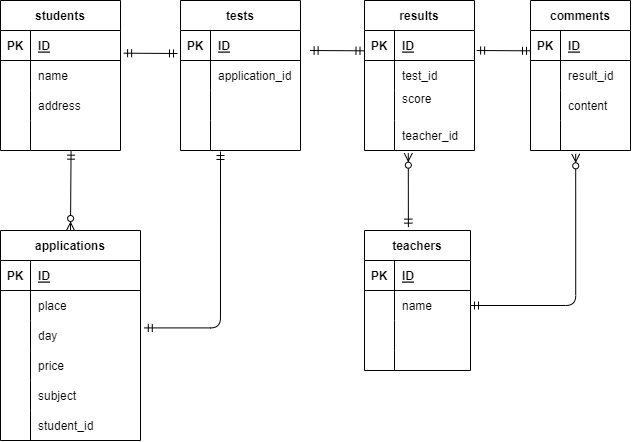
This is 20220530tomita/ensyuu.drawio.png from tomita-dotcom/database, a draw.io export, as it was before one commit. Source tidied: cells renumbered, new cells last; positions are measured from the earlier drawing's top-left corner, leaving out a move shared by most shapes.
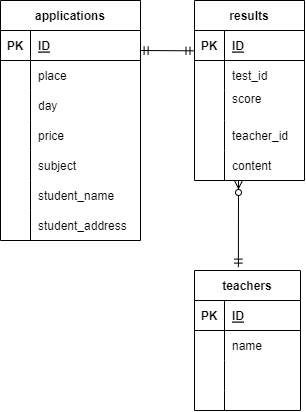
Above is the later version.

Change to the diagram source:
```diff
@@ -2,86 +2,8 @@
   <root>
     <mxCell id="0" />
     <mxCell id="1" parent="0" />
-    <mxCell id="2" value="students" style="shape=table;startSize=30;rowLines=0;fontStyle=1;align=center;" parent="1" vertex="1">
-      <mxGeometry width="120" height="150" as="geometry" />
-    </mxCell>
-    <mxCell id="3" style="shape=partialRectangle;fillColor=none;top=0;left=0;bottom=1;right=0;points=[[0,0.5],[1,0.5]];portConstraint=eastwest;" parent="2" vertex="1">
-      <mxGeometry y="30" width="120" height="30" as="geometry" />
-    </mxCell>
-    <mxCell id="4" value="PK" style="shape=partialRectangle;fillColor=none;top=0;left=0;bottom=0;right=0;fontStyle=1;overflow=hidden;" parent="3" vertex="1">
-      <mxGeometry width="30" height="30" as="geometry" />
-    </mxCell>
-    <mxCell id="5" value="ID" style="shape=partialRectangle;fillColor=none;top=0;left=0;bottom=0;right=0;align=left;spacingLeft=6;fontStyle=5;overflow=hidden;" parent="3" vertex="1">
-      <mxGeometry x="30" width="90" height="30" as="geometry" />
-    </mxCell>
-    <mxCell id="6" style="shape=partialRectangle;fillColor=none;top=0;left=0;bottom=0;right=0;" parent="2" vertex="1">
-      <mxGeometry y="60" width="120" height="30" as="geometry" />
-    </mxCell>
-    <mxCell id="7" style="shape=partialRectangle;fillColor=none;top=0;left=0;bottom=0;right=0;overflow=hidden;" parent="6" vertex="1">
-      <mxGeometry width="30" height="30" as="geometry" />
-    </mxCell>
-    <mxCell id="8" value="name" style="shape=partialRectangle;fillColor=none;top=0;left=0;bottom=0;right=0;align=left;spacingLeft=6;overflow=hidden;" parent="6" vertex="1">
-      <mxGeometry x="30" width="90" height="30" as="geometry" />
-    </mxCell>
-    <mxCell id="9" style="shape=partialRectangle;fillColor=none;top=0;left=0;bottom=0;right=0;" parent="2" vertex="1">
-      <mxGeometry y="90" width="120" height="30" as="geometry" />
-    </mxCell>
-    <mxCell id="10" style="shape=partialRectangle;fillColor=none;top=0;left=0;bottom=0;right=0;overflow=hidden;" parent="9" vertex="1">
-      <mxGeometry width="30" height="30" as="geometry" />
-    </mxCell>
-    <mxCell id="11" value="address" style="shape=partialRectangle;fillColor=none;top=0;left=0;bottom=0;right=0;align=left;spacingLeft=6;overflow=hidden;" parent="9" vertex="1">
-      <mxGeometry x="30" width="90" height="30" as="geometry" />
-    </mxCell>
-    <mxCell id="12" style="shape=partialRectangle;fillColor=none;top=0;left=0;bottom=0;right=0;points=[[0,0.5],[1,0.5]];portConstraint=eastwest;" parent="2" vertex="1">
-      <mxGeometry y="120" width="120" height="30" as="geometry" />
-    </mxCell>
-    <mxCell id="13" style="shape=partialRectangle;fillColor=none;top=0;left=0;bottom=0;right=0;overflow=hidden;" parent="12" vertex="1">
-      <mxGeometry width="30" height="30" as="geometry" />
-    </mxCell>
-    <mxCell id="14" style="shape=partialRectangle;fillColor=none;top=0;left=0;bottom=0;right=0;align=left;spacingLeft=6;overflow=hidden;" parent="12" vertex="1">
-      <mxGeometry x="30" width="90" height="30" as="geometry" />
-    </mxCell>
-    <mxCell id="15" value="tests" style="shape=table;startSize=30;rowLines=0;fontStyle=1;align=center;" parent="1" vertex="1">
-      <mxGeometry x="180" width="120" height="150" as="geometry" />
-    </mxCell>
-    <mxCell id="16" style="shape=partialRectangle;fillColor=none;top=0;left=0;bottom=1;right=0;" parent="15" vertex="1">
-      <mxGeometry y="30" width="120" height="30" as="geometry" />
-    </mxCell>
-    <mxCell id="17" value="PK" style="shape=partialRectangle;fillColor=none;top=0;left=0;bottom=0;right=0;fontStyle=1;overflow=hidden;" parent="16" vertex="1">
-      <mxGeometry width="30" height="30" as="geometry" />
-    </mxCell>
-    <mxCell id="18" value="ID" style="shape=partialRectangle;fillColor=none;top=0;left=0;bottom=0;right=0;align=left;spacingLeft=6;fontStyle=5;overflow=hidden;" parent="16" vertex="1">
-      <mxGeometry x="30" width="90" height="30" as="geometry" />
-    </mxCell>
-    <mxCell id="19" style="shape=partialRectangle;fillColor=none;top=0;left=0;bottom=0;right=0;" parent="15" vertex="1">
-      <mxGeometry y="60" width="120" height="30" as="geometry" />
-    </mxCell>
-    <mxCell id="20" style="shape=partialRectangle;fillColor=none;top=0;left=0;bottom=0;right=0;overflow=hidden;" parent="19" vertex="1">
-      <mxGeometry width="30" height="30" as="geometry" />
-    </mxCell>
-    <mxCell id="21" value="application_id" style="shape=partialRectangle;fillColor=none;top=0;left=0;bottom=0;right=0;align=left;spacingLeft=6;overflow=hidden;" parent="19" vertex="1">
-      <mxGeometry x="30" width="90" height="30" as="geometry" />
-    </mxCell>
-    <mxCell id="22" style="shape=partialRectangle;fillColor=none;top=0;left=0;bottom=0;right=0;" parent="15" vertex="1">
-      <mxGeometry y="90" width="120" height="30" as="geometry" />
-    </mxCell>
-    <mxCell id="23" style="shape=partialRectangle;fillColor=none;top=0;left=0;bottom=0;right=0;overflow=hidden;" parent="22" vertex="1">
-      <mxGeometry width="30" height="30" as="geometry" />
-    </mxCell>
-    <mxCell id="24" style="shape=partialRectangle;fillColor=none;top=0;left=0;bottom=0;right=0;align=left;spacingLeft=6;overflow=hidden;" parent="22" vertex="1">
-      <mxGeometry x="30" width="90" height="30" as="geometry" />
-    </mxCell>
-    <mxCell id="25" style="shape=partialRectangle;fillColor=none;top=0;left=0;bottom=0;right=0;" parent="15" vertex="1">
-      <mxGeometry y="120" width="120" height="30" as="geometry" />
-    </mxCell>
-    <mxCell id="26" style="shape=partialRectangle;fillColor=none;top=0;left=0;bottom=0;right=0;overflow=hidden;" parent="25" vertex="1">
-      <mxGeometry width="30" height="30" as="geometry" />
-    </mxCell>
-    <mxCell id="27" style="shape=partialRectangle;fillColor=none;top=0;left=0;bottom=0;right=0;align=left;spacingLeft=6;overflow=hidden;" parent="25" vertex="1">
-      <mxGeometry x="30" width="90" height="30" as="geometry" />
-    </mxCell>
     <mxCell id="28" value="results" style="shape=table;startSize=30;rowLines=0;fontStyle=1;align=center;" parent="1" vertex="1">
-      <mxGeometry x="364" width="110" height="150" as="geometry" />
+      <mxGeometry x="364" width="110" height="180" as="geometry" />
     </mxCell>
     <mxCell id="29" style="shape=partialRectangle;fillColor=none;top=0;left=0;bottom=1;right=0;" parent="28" vertex="1">
       <mxGeometry y="30" width="110" height="30" as="geometry" />
@@ -119,8 +41,17 @@
     <mxCell id="40" value="teacher_id" style="shape=partialRectangle;fillColor=none;top=0;left=0;bottom=0;right=0;align=left;spacingLeft=6;overflow=hidden;" parent="38" vertex="1">
       <mxGeometry x="30" width="80" height="30" as="geometry" />
     </mxCell>
+    <mxCell id="93" style="shape=partialRectangle;fillColor=none;top=0;left=0;bottom=0;right=0;" parent="28" vertex="1">
+      <mxGeometry y="150" width="110" height="30" as="geometry" />
+    </mxCell>
+    <mxCell id="94" style="shape=partialRectangle;fillColor=none;top=0;left=0;bottom=0;right=0;overflow=hidden;" parent="93" vertex="1">
+      <mxGeometry width="30" height="30" as="geometry" />
+    </mxCell>
+    <mxCell id="69" value="content" style="shape=partialRectangle;fillColor=none;top=0;left=0;bottom=0;right=0;align=left;spacingLeft=6;overflow=hidden;" parent="93" vertex="1">
+      <mxGeometry x="30" width="80" height="30" as="geometry" />
+    </mxCell>
     <mxCell id="41" value="applications" style="shape=table;startSize=30;rowLines=0;fontStyle=1;align=center;" parent="1" vertex="1">
-      <mxGeometry y="230" width="140" height="210" as="geometry" />
+      <mxGeometry x="170" width="140" height="240" as="geometry" />
     </mxCell>
     <mxCell id="42" style="shape=partialRectangle;fillColor=none;top=0;left=0;bottom=1;right=0;" parent="41" vertex="1">
       <mxGeometry y="30" width="140" height="30" as="geometry" />
@@ -173,50 +104,20 @@
     <mxCell id="58" style="shape=partialRectangle;fillColor=none;top=0;left=0;bottom=0;right=0;overflow=hidden;" parent="57" vertex="1">
       <mxGeometry width="30" height="30" as="geometry" />
     </mxCell>
-    <mxCell id="59" value="student_id" style="shape=partialRectangle;fillColor=none;top=0;left=0;bottom=0;right=0;align=left;spacingLeft=6;overflow=hidden;" parent="57" vertex="1">
+    <mxCell id="59" value="student_name" style="shape=partialRectangle;fillColor=none;top=0;left=0;bottom=0;right=0;align=left;spacingLeft=6;overflow=hidden;" parent="57" vertex="1">
       <mxGeometry x="30" width="110" height="30" as="geometry" />
     </mxCell>
-    <mxCell id="60" value="comments" style="shape=table;startSize=30;rowLines=0;fontStyle=1;align=center;" parent="1" vertex="1">
-      <mxGeometry x="530" width="100" height="150" as="geometry" />
-    </mxCell>
-    <mxCell id="61" style="shape=partialRectangle;fillColor=none;top=0;left=0;bottom=1;right=0;" parent="60" vertex="1">
-      <mxGeometry y="30" width="100" height="30" as="geometry" />
-    </mxCell>
-    <mxCell id="62" value="PK" style="shape=partialRectangle;fillColor=none;top=0;left=0;bottom=0;right=0;fontStyle=1;overflow=hidden;" parent="61" vertex="1">
-      <mxGeometry width="30" height="30" as="geometry" />
-    </mxCell>
-    <mxCell id="63" value="ID" style="shape=partialRectangle;fillColor=none;top=0;left=0;bottom=0;right=0;align=left;spacingLeft=6;fontStyle=5;overflow=hidden;" parent="61" vertex="1">
-      <mxGeometry x="30" width="70" height="30" as="geometry" />
-    </mxCell>
-    <mxCell id="64" style="shape=partialRectangle;fillColor=none;top=0;left=0;bottom=0;right=0;" parent="60" vertex="1">
-      <mxGeometry y="60" width="100" height="30" as="geometry" />
-    </mxCell>
-    <mxCell id="65" style="shape=partialRectangle;fillColor=none;top=0;left=0;bottom=0;right=0;overflow=hidden;" parent="64" vertex="1">
-      <mxGeometry width="30" height="30" as="geometry" />
-    </mxCell>
-    <mxCell id="66" value="result_id" style="shape=partialRectangle;fillColor=none;top=0;left=0;bottom=0;right=0;align=left;spacingLeft=6;overflow=hidden;" parent="64" vertex="1">
-      <mxGeometry x="30" width="70" height="30" as="geometry" />
-    </mxCell>
-    <mxCell id="67" style="shape=partialRectangle;fillColor=none;top=0;left=0;bottom=0;right=0;" parent="60" vertex="1">
-      <mxGeometry y="90" width="100" height="30" as="geometry" />
-    </mxCell>
-    <mxCell id="68" style="shape=partialRectangle;fillColor=none;top=0;left=0;bottom=0;right=0;overflow=hidden;" parent="67" vertex="1">
-      <mxGeometry width="30" height="30" as="geometry" />
-    </mxCell>
-    <mxCell id="69" value="content" style="shape=partialRectangle;fillColor=none;top=0;left=0;bottom=0;right=0;align=left;spacingLeft=6;overflow=hidden;" parent="67" vertex="1">
-      <mxGeometry x="30" width="70" height="30" as="geometry" />
-    </mxCell>
-    <mxCell id="70" style="shape=partialRectangle;fillColor=none;top=0;left=0;bottom=0;right=0;points=[[0,0.5],[1,0.5]];portConstraint=eastwest;" parent="60" vertex="1">
-      <mxGeometry y="120" width="100" height="30" as="geometry" />
-    </mxCell>
-    <mxCell id="71" style="shape=partialRectangle;fillColor=none;top=0;left=0;bottom=0;right=0;overflow=hidden;" parent="70" vertex="1">
-      <mxGeometry width="30" height="30" as="geometry" />
-    </mxCell>
-    <mxCell id="72" style="shape=partialRectangle;fillColor=none;top=0;left=0;bottom=0;right=0;align=left;spacingLeft=6;overflow=hidden;" parent="70" vertex="1">
-      <mxGeometry x="30" width="70" height="30" as="geometry" />
-    </mxCell>
+    <mxCell id="95" style="shape=partialRectangle;fillColor=none;top=0;left=0;bottom=0;right=0;" parent="41" vertex="1">
+      <mxGeometry y="210" width="140" height="30" as="geometry" />
+    </mxCell>
+    <mxCell id="96" style="shape=partialRectangle;fillColor=none;top=0;left=0;bottom=0;right=0;overflow=hidden;" parent="95" vertex="1">
+      <mxGeometry width="30" height="30" as="geometry" />
+    </mxCell>
+    <mxCell id="97" value="student_address" style="shape=partialRectangle;fillColor=none;top=0;left=0;bottom=0;right=0;align=left;spacingLeft=6;overflow=hidden;" parent="95" vertex="1">
+      <mxGeometry x="30" width="110" height="30" as="geometry" />
+    </mxCell>
     <mxCell id="73" value="teachers" style="shape=table;startSize=30;rowLines=0;fontStyle=1;align=center;strokeColor=default;" parent="1" vertex="1">
-      <mxGeometry x="364" y="230" width="106" height="140" as="geometry" />
+      <mxGeometry x="364" y="270" width="106" height="140" as="geometry" />
     </mxCell>
     <mxCell id="74" style="shape=partialRectangle;fillColor=none;top=0;left=0;bottom=1;right=0;strokeColor=default;" parent="73" vertex="1">
       <mxGeometry y="30" width="106" height="30" as="geometry" />
@@ -254,43 +155,20 @@
     <mxCell id="85" style="shape=partialRectangle;fillColor=none;top=0;left=0;bottom=0;right=0;align=left;spacingLeft=6;overflow=hidden;strokeColor=default;" parent="83" vertex="1">
       <mxGeometry x="30" width="76" height="20" as="geometry" />
     </mxCell>
-    <mxCell id="86" style="fontSize=1;html=1;endArrow=ERmandOne;startArrow=ERmandOne;exitX=1.026;exitY=0.756;exitDx=0;exitDy=0;exitPerimeter=0;horizontal=1;" parent="1" edge="1" source="3">
-      <mxGeometry relative="1" as="geometry">
-        <mxPoint x="177" y="53" as="targetPoint" />
-      </mxGeometry>
-    </mxCell>
     <mxCell id="87" style="fontSize=1;html=1;endArrow=ERmandOne;startArrow=ERmandOne;exitX=1.026;exitY=0.756;exitDx=0;exitDy=0;exitPerimeter=0;horizontal=1;" parent="1" edge="1">
       <mxGeometry relative="1" as="geometry">
         <mxPoint x="309.6" y="50" as="sourcePoint" />
         <mxPoint x="363.5" y="50.3" as="targetPoint" />
       </mxGeometry>
     </mxCell>
-    <mxCell id="88" style="fontSize=1;html=1;endArrow=ERmandOne;startArrow=ERmandOne;exitX=1.026;exitY=0.756;exitDx=0;exitDy=0;exitPerimeter=0;horizontal=1;" parent="1" edge="1">
-      <mxGeometry relative="1" as="geometry">
-        <mxPoint x="476.1" y="50" as="sourcePoint" />
-        <mxPoint x="530" y="50.3" as="targetPoint" />
-      </mxGeometry>
-    </mxCell>
-    <mxCell id="89" style="fontSize=12;html=1;endArrow=ERzeroToMany;startArrow=ERmandOne;entryX=0.398;entryY=1.089;entryDx=0;entryDy=0;entryPerimeter=0;exitX=0.414;exitY=-0.024;exitDx=0;exitDy=0;exitPerimeter=0;" parent="1" edge="1" source="73" target="38">
-      <mxGeometry relative="1" as="geometry" />
+    <mxCell id="89" style="fontSize=12;html=1;endArrow=ERzeroToMany;startArrow=ERmandOne;exitX=0.414;exitY=-0.024;exitDx=0;exitDy=0;exitPerimeter=0;" parent="1" edge="1" source="73">
+      <mxGeometry relative="1" as="geometry">
+        <mxPoint x="408" y="180" as="targetPoint" />
+        <Array as="points">
+          <mxPoint x="408" y="180" />
+          <mxPoint x="408" y="190" />
+        </Array>
+      </mxGeometry>
     </mxCell>
-    <mxCell id="90" style="fontSize=12;html=1;endArrow=ERzeroToMany;startArrow=ERmandOne;entryX=0.452;entryY=1.111;entryDx=0;entryDy=0;entryPerimeter=0;exitX=1;exitY=0.5;exitDx=0;exitDy=0;edgeStyle=orthogonalEdgeStyle;" parent="1" edge="1" source="77" target="70">
-      <mxGeometry relative="1" as="geometry">
-        <Array as="points">
-          <mxPoint x="575" y="305" />
-        </Array>
-      </mxGeometry>
-    </mxCell>
-    <mxCell id="91" style="fontSize=12;html=1;endArrow=ERzeroToMany;startArrow=ERmandOne;entryX=0.5;entryY=0;entryDx=0;entryDy=0;exitX=0.588;exitY=1.022;exitDx=0;exitDy=0;exitPerimeter=0;" parent="1" edge="1" source="12" target="41">
-      <mxGeometry relative="1" as="geometry" />
-    </mxCell>
-    <mxCell id="92" style="fontSize=1;html=1;endArrow=ERmandOne;startArrow=ERmandOne;horizontal=1;edgeStyle=orthogonalEdgeStyle;exitX=1.027;exitY=0.247;exitDx=0;exitDy=0;exitPerimeter=0;" parent="1" edge="1" source="48">
-      <mxGeometry relative="1" as="geometry">
-        <mxPoint x="220" y="151" as="targetPoint" />
-        <Array as="points">
-          <mxPoint x="220" y="327" />
-        </Array>
-      </mxGeometry>
-    </mxCell>
   </root>
 </mxGraphModel>
```
